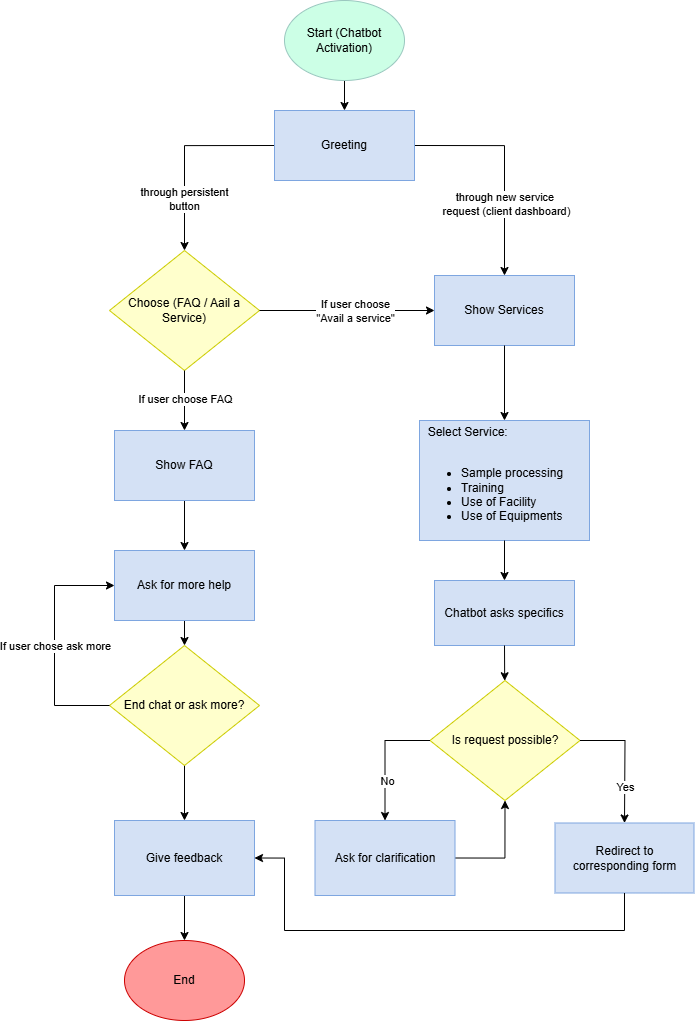
kazeulo/TUKIB-SP keeps this draw.io diagram as TUKIB Paper/figures/chatbot_flow.png. Above is the earlier version. Source tidied: cells renumbered, new cells last; positions are measured from the earlier drawing's top-left corner, leaving out a move shared by most shapes.
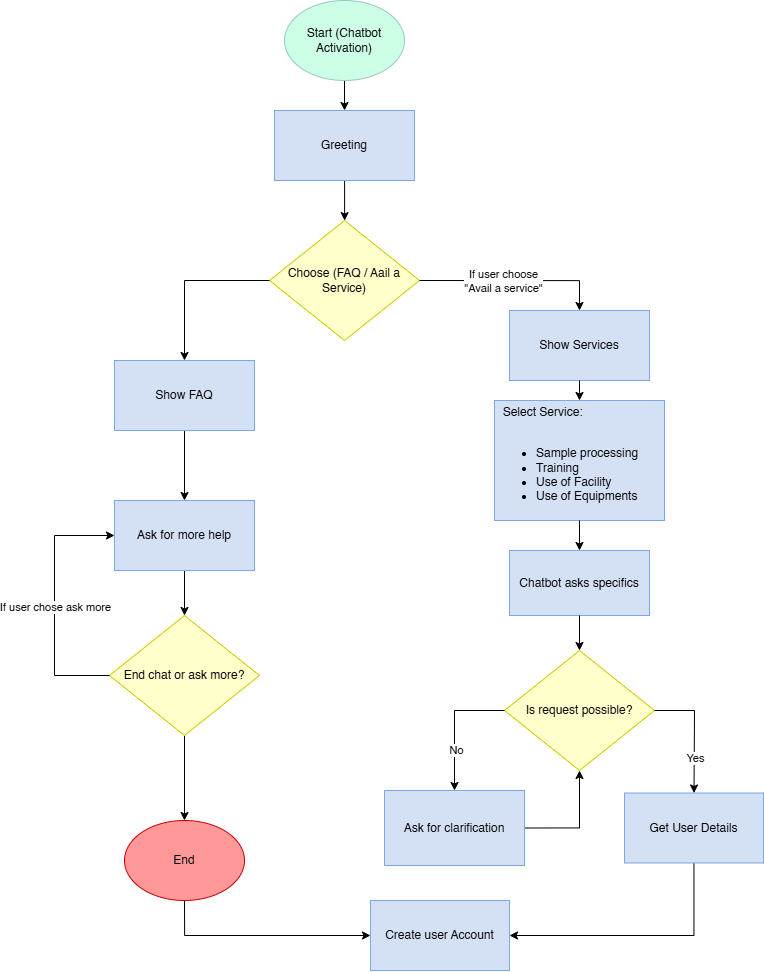
After the commit.

Change to the diagram source:
```diff
@@ -6,64 +6,70 @@
       <mxGeometry relative="1" as="geometry" />
     </mxCell>
     <mxCell id="3" value="Start (Chatbot Activation)" style="ellipse;whiteSpace=wrap;html=1;fillColor=#CCFFE6;strokeColor=#9AC7BF;" parent="1" vertex="1">
-      <mxGeometry x="230" width="120" height="80" as="geometry" />
+      <mxGeometry x="230" y="30" width="120" height="80" as="geometry" />
     </mxCell>
     <mxCell id="4" value="Choose (FAQ / Aail a Service)" style="rhombus;whiteSpace=wrap;html=1;fillColor=#FFFFCC;strokeColor=#CCCC00;" parent="1" vertex="1">
-      <mxGeometry x="55" y="250" width="150" height="120" as="geometry" />
+      <mxGeometry x="215" y="250" width="150" height="120" as="geometry" />
     </mxCell>
     <mxCell id="5" style="edgeStyle=orthogonalEdgeStyle;rounded=0;jettySize=auto;html=1;exitX=0.5;exitY=1;exitDx=0;exitDy=0;entryX=0.5;entryY=0;entryDx=0;entryDy=0;" parent="1" edge="1" source="6" target="9">
       <mxGeometry relative="1" as="geometry" />
     </mxCell>
     <mxCell id="6" value="Show FAQ" style="rounded=0;whiteSpace=wrap;html=1;fillColor=#D4E1F5;strokeColor=#7EA6E0;" parent="1" vertex="1">
-      <mxGeometry x="60" y="430" width="140" height="70" as="geometry" />
+      <mxGeometry x="60" y="390" width="140" height="70" as="geometry" />
     </mxCell>
     <mxCell id="7" value="Show Services" style="rounded=0;whiteSpace=wrap;html=1;fillColor=#D4E1F5;strokeColor=#7EA6E0;" parent="1" vertex="1">
-      <mxGeometry x="380" y="275" width="140" height="70" as="geometry" />
+      <mxGeometry x="455" y="340" width="140" height="70" as="geometry" />
     </mxCell>
     <mxCell id="8" style="edgeStyle=orthogonalEdgeStyle;rounded=0;jettySize=auto;html=1;exitX=0.5;exitY=1;exitDx=0;exitDy=0;entryX=0.5;entryY=0;entryDx=0;entryDy=0;" parent="1" edge="1" source="9" target="17">
       <mxGeometry relative="1" as="geometry" />
     </mxCell>
     <mxCell id="9" value="Ask for more help" style="rounded=0;whiteSpace=wrap;html=1;fillColor=#D4E1F5;strokeColor=#7EA6E0;" parent="1" vertex="1">
-      <mxGeometry x="60" y="550" width="140" height="70" as="geometry" />
+      <mxGeometry x="60" y="530" width="140" height="70" as="geometry" />
     </mxCell>
     <mxCell id="10" value="&amp;nbsp; Select Service:&lt;div&gt;&lt;br&gt;&lt;/div&gt;&lt;div&gt;&lt;ul&gt;&lt;li&gt;Sample processing&lt;/li&gt;&lt;li&gt;Training&lt;/li&gt;&lt;li&gt;Use of Facility&lt;/li&gt;&lt;li&gt;Use of Equipments&lt;/li&gt;&lt;/ul&gt;&lt;/div&gt;" style="rounded=0;whiteSpace=wrap;html=1;align=left;fillColor=#D4E1F5;strokeColor=#7EA6E0;" parent="1" vertex="1">
-      <mxGeometry x="365" y="420" width="170" height="120" as="geometry" />
+      <mxGeometry x="440" y="430" width="170" height="120" as="geometry" />
     </mxCell>
     <mxCell id="11" value="Chatbot asks specifics" style="rounded=0;whiteSpace=wrap;html=1;fillColor=#D4E1F5;strokeColor=#7EA6E0;" parent="1" vertex="1">
-      <mxGeometry x="380" y="580" width="140" height="65" as="geometry" />
+      <mxGeometry x="455" y="580" width="140" height="65" as="geometry" />
     </mxCell>
     <mxCell id="12" value="Is request possible?" style="rhombus;whiteSpace=wrap;html=1;fillColor=#FFFFCC;strokeColor=#CCCC00;" parent="1" vertex="1">
-      <mxGeometry x="375.5" y="680" width="150" height="120" as="geometry" />
+      <mxGeometry x="450" y="680" width="150" height="120" as="geometry" />
     </mxCell>
     <mxCell id="13" style="edgeStyle=orthogonalEdgeStyle;rounded=0;jettySize=auto;html=1;exitX=1;exitY=0.5;exitDx=0;exitDy=0;entryX=0.5;entryY=1;entryDx=0;entryDy=0;" parent="1" edge="1" source="14" target="12">
       <mxGeometry relative="1" as="geometry" />
     </mxCell>
     <mxCell id="14" value="Ask for clarification" style="rounded=0;whiteSpace=wrap;html=1;fillColor=#D4E1F5;strokeColor=#7EA6E0;" parent="1" vertex="1">
-      <mxGeometry x="260.5" y="820" width="140" height="75" as="geometry" />
+      <mxGeometry x="330" y="820" width="140" height="75" as="geometry" />
     </mxCell>
+    <mxCell id="40" style="edgeStyle=orthogonalEdgeStyle;rounded=0;jettySize=auto;html=1;entryX=1;entryY=0.5;entryDx=0;entryDy=0;" parent="1" edge="1" source="15" target="42">
+      <mxGeometry relative="1" as="geometry">
+        <Array as="points">
+          <mxPoint x="639" y="965" />
+        </Array>
+      </mxGeometry>
+    </mxCell>
-    <mxCell id="15" value="Redirect to corresponding form" style="rounded=0;whiteSpace=wrap;html=1;fillColor=#D4E1F5;strokeColor=#7EA6E0;" parent="1" vertex="1">
-      <mxGeometry x="500.5" y="822.5" width="139" height="70" as="geometry" />
+    <mxCell id="15" value="Get User Details" style="rounded=0;whiteSpace=wrap;html=1;fillColor=#D4E1F5;strokeColor=#7EA6E0;" parent="1" vertex="1">
+      <mxGeometry x="570" y="822.5" width="139" height="70" as="geometry" />
     </mxCell>
-    <mxCell id="16" style="edgeStyle=orthogonalEdgeStyle;rounded=0;jettySize=auto;html=1;exitX=0.5;exitY=1;exitDx=0;exitDy=0;" parent="1" edge="1" source="17" target="38">
+    <mxCell id="16" style="edgeStyle=orthogonalEdgeStyle;rounded=0;jettySize=auto;html=1;exitX=0.5;exitY=1;exitDx=0;exitDy=0;entryX=0.5;entryY=0;entryDx=0;entryDy=0;" parent="1" edge="1" source="17" target="36">
       <mxGeometry relative="1" as="geometry" />
     </mxCell>
     <mxCell id="17" value="End chat or ask more?" style="rhombus;whiteSpace=wrap;html=1;fillColor=#FFFFCC;strokeColor=#CCCC00;" parent="1" vertex="1">
       <mxGeometry x="55" y="645" width="150" height="120" as="geometry" />
     </mxCell>
-    <mxCell id="18" style="endArrow=classic;html=1;rounded=0;exitX=0.5;exitY=1;exitDx=0;exitDy=0;entryX=0.5;entryY=0;entryDx=0;entryDy=0;" parent="1" edge="1" source="4" target="6">
-      <mxGeometry relative="1" as="geometry" />
+    <mxCell id="18" style="endArrow=classic;html=1;rounded=0;exitX=0;exitY=0.5;exitDx=0;exitDy=0;entryX=0.5;entryY=0;entryDx=0;entryDy=0;" parent="1" edge="1" source="4" target="6">
+      <mxGeometry relative="1" as="geometry">
+        <Array as="points">
+          <mxPoint x="130" y="310" />
+        </Array>
+      </mxGeometry>
     </mxCell>
-    <mxCell id="19" value="If user choose FAQ" style="edgeLabel;html=1;align=center;verticalAlign=middle;" parent="18" vertex="1">
-      <mxGeometry x="-0.02" y="-2" relative="1" as="geometry">
-        <mxPoint x="2" y="-1" as="offset" />
-      </mxGeometry>
-    </mxCell>
-    <mxCell id="20" style="endArrow=classic;html=1;rounded=0;exitX=1;exitY=0.5;exitDx=0;exitDy=0;entryX=0;entryY=0.5;entryDx=0;entryDy=0;" parent="1" edge="1" source="4" target="7">
+    <mxCell id="20" style="endArrow=classic;html=1;rounded=0;exitX=1;exitY=0.5;exitDx=0;exitDy=0;entryX=0.5;entryY=0;entryDx=0;entryDy=0;edgeStyle=orthogonalEdgeStyle;" parent="1" edge="1" source="4" target="7">
       <mxGeometry relative="1" as="geometry" />
     </mxCell>
     <mxCell id="21" value="If user choose&lt;div&gt;&quot;Avail a service&quot;&lt;/div&gt;" style="edgeLabel;html=1;align=center;verticalAlign=middle;" parent="20" vertex="1">
       <mxGeometry x="-0.24" y="-2" relative="1" as="geometry">
-        <mxPoint x="28" y="-2" as="offset" />
+        <mxPoint x="12" y="-2" as="offset" />
       </mxGeometry>
     </mxCell>
     <mxCell id="22" style="endArrow=classic;html=1;rounded=0;exitX=0.5;exitY=1;exitDx=0;exitDy=0;entryX=0.5;entryY=0;entryDx=0;entryDy=0;" parent="1" edge="1" source="7" target="10">
@@ -78,7 +84,7 @@
     <mxCell id="25" style="endArrow=classic;html=1;rounded=0;exitX=0;exitY=0.5;exitDx=0;exitDy=0;entryX=0.5;entryY=0;entryDx=0;entryDy=0;" parent="1" edge="1" source="12" target="14">
       <mxGeometry relative="1" as="geometry">
         <Array as="points">
-          <mxPoint x="330.5" y="740" />
+          <mxPoint x="400" y="740" />
         </Array>
       </mxGeometry>
     </mxCell>
@@ -88,7 +94,7 @@
     <mxCell id="27" style="endArrow=classic;html=1;rounded=0;entryX=0.5;entryY=0;entryDx=0;entryDy=0;exitX=1;exitY=0.5;exitDx=0;exitDy=0;" parent="1" edge="1" source="12" target="15">
       <mxGeometry relative="1" as="geometry">
         <Array as="points">
-          <mxPoint x="570.5" y="740" />
+          <mxPoint x="640" y="740" />
         </Array>
       </mxGeometry>
     </mxCell>
@@ -101,7 +107,7 @@
       <mxGeometry relative="1" as="geometry">
         <Array as="points">
           <mxPoint y="705" />
-          <mxPoint y="585" />
+          <mxPoint y="565" />
         </Array>
       </mxGeometry>
     </mxCell>
@@ -110,42 +116,27 @@
         <mxPoint y="-4" as="offset" />
       </mxGeometry>
     </mxCell>
-    <mxCell id="31" style="edgeStyle=orthogonalEdgeStyle;rounded=0;jettySize=auto;html=1;exitX=0;exitY=0.5;exitDx=0;exitDy=0;entryX=0.5;entryY=0;entryDx=0;entryDy=0;" parent="1" edge="1" source="35" target="4">
-      <mxGeometry relative="1" as="geometry" />
+    <mxCell id="31" style="edgeStyle=orthogonalEdgeStyle;rounded=0;jettySize=auto;html=1;exitX=0.5;exitY=1;exitDx=0;exitDy=0;entryX=0.5;entryY=0;entryDx=0;entryDy=0;" parent="1" edge="1" source="35" target="4">
+      <mxGeometry relative="1" as="geometry">
+        <Array as="points">
+          <mxPoint x="282" y="180" />
+          <mxPoint x="282" y="145" />
+          <mxPoint x="290" y="145" />
+          <mxPoint x="290" y="250" />
+        </Array>
+      </mxGeometry>
     </mxCell>
-    <mxCell id="32" value="through persistent&lt;div&gt;button&lt;/div&gt;" style="edgeLabel;html=1;align=center;verticalAlign=middle;" parent="31" vertex="1">
-      <mxGeometry x="0.24" y="-1" relative="1" as="geometry">
-        <mxPoint y="23" as="offset" />
-      </mxGeometry>
-    </mxCell>
-    <mxCell id="33" style="edgeStyle=orthogonalEdgeStyle;rounded=0;jettySize=auto;html=1;exitX=1;exitY=0.5;exitDx=0;exitDy=0;entryX=0.5;entryY=0;entryDx=0;entryDy=0;" parent="1" edge="1" source="35" target="7">
-      <mxGeometry relative="1" as="geometry" />
-    </mxCell>
-    <mxCell id="34" value="through new service&amp;nbsp;&lt;div&gt;request (client dashboard)&lt;/div&gt;" style="edgeLabel;html=1;align=center;verticalAlign=middle;" parent="33" vertex="1">
-      <mxGeometry x="0.14" y="1" relative="1" as="geometry">
-        <mxPoint y="23" as="offset" />
-      </mxGeometry>
-    </mxCell>
     <mxCell id="35" value="Greeting" style="rounded=0;whiteSpace=wrap;html=1;fillColor=#D4E1F5;strokeColor=#7EA6E0;" parent="1" vertex="1">
-      <mxGeometry x="220" y="110" width="140" height="70" as="geometry" />
+      <mxGeometry x="220" y="140" width="140" height="70" as="geometry" />
     </mxCell>
+    <mxCell id="41" style="edgeStyle=orthogonalEdgeStyle;rounded=0;jettySize=auto;html=1;exitX=0.5;exitY=1;exitDx=0;exitDy=0;entryX=0;entryY=0.5;entryDx=0;entryDy=0;" parent="1" edge="1" source="36" target="42">
+      <mxGeometry relative="1" as="geometry" />
+    </mxCell>
     <mxCell id="36" value="End" style="ellipse;whiteSpace=wrap;html=1;strokeColor=#CC0000;fillColor=#FF9999;" parent="1" vertex="1">
-      <mxGeometry x="70" y="940" width="120" height="80" as="geometry" />
+      <mxGeometry x="70" y="850" width="120" height="80" as="geometry" />
     </mxCell>
-    <mxCell id="37" style="edgeStyle=orthogonalEdgeStyle;rounded=0;jettySize=auto;html=1;exitX=0.5;exitY=1;exitDx=0;exitDy=0;entryX=0.5;entryY=0;entryDx=0;entryDy=0;" parent="1" edge="1" source="38" target="36">
-      <mxGeometry relative="1" as="geometry" />
-    </mxCell>
-    <mxCell id="38" value="Give feedback" style="rounded=0;whiteSpace=wrap;html=1;fillColor=#D4E1F5;strokeColor=#7EA6E0;" parent="1" vertex="1">
-      <mxGeometry x="60" y="820" width="140" height="75" as="geometry" />
-    </mxCell>
-    <mxCell id="39" style="edgeStyle=orthogonalEdgeStyle;rounded=0;jettySize=auto;html=1;exitX=0.5;exitY=1;exitDx=0;exitDy=0;entryX=1;entryY=0.5;entryDx=0;entryDy=0;" parent="1" edge="1" source="15" target="38">
-      <mxGeometry relative="1" as="geometry">
-        <Array as="points">
-          <mxPoint x="570" y="930" />
-          <mxPoint x="230" y="930" />
-          <mxPoint x="230" y="857" />
-        </Array>
-      </mxGeometry>
-    </mxCell>
+    <mxCell id="42" value="Create user Account" style="rounded=0;whiteSpace=wrap;html=1;fillColor=#D4E1F5;strokeColor=#7EA6E0;" parent="1" vertex="1">
+      <mxGeometry x="316" y="930" width="139" height="70" as="geometry" />
+    </mxCell>
   </root>
 </mxGraphModel>
```
